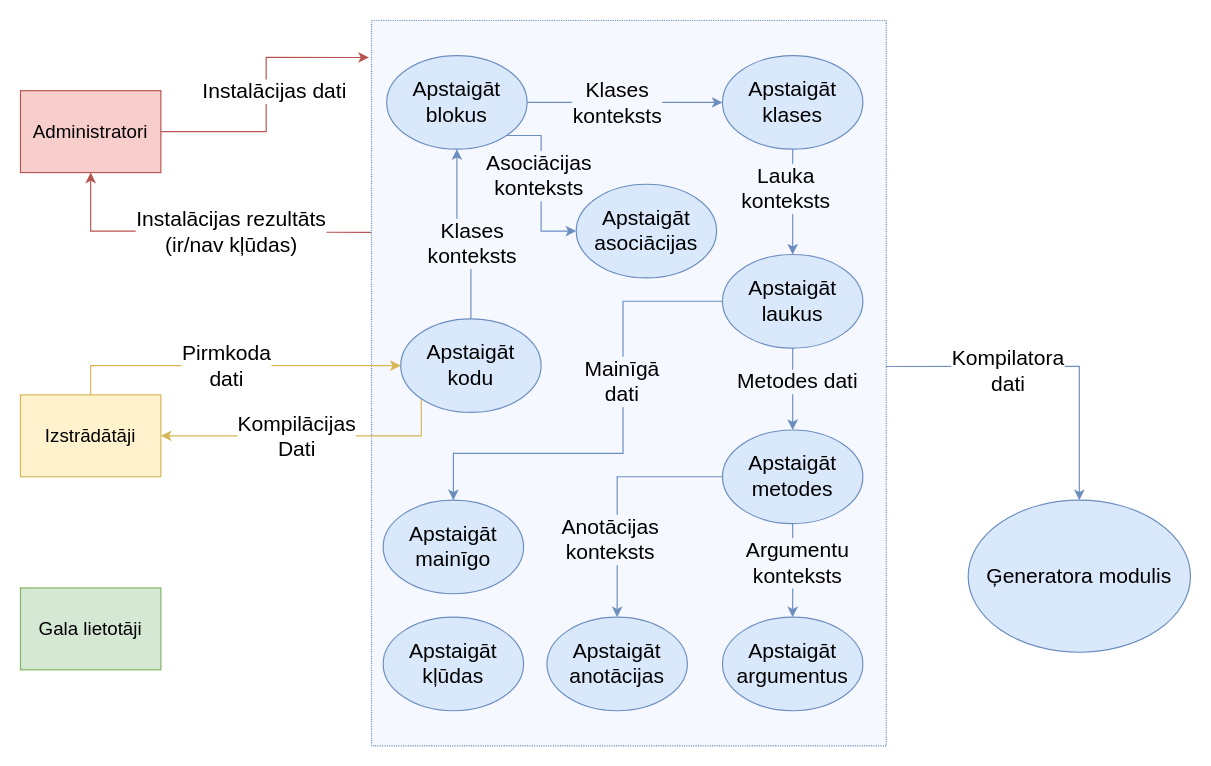
artiks12/webAppOS keeps this draw.io diagram as page "Kompilators" (4 of 9) of src/Kvalifikacijas darbs/Diagrammas/DPD.drawio. Above is the earlier version. Source tidied: cells renumbered, new cells numbered last; positions are measured from the earlier drawing's top-left corner, leaving out a move shared by most shapes. Both pictures are drawn from the tidied source at 117%, with x=0, y=0 at pixel (20, 20).
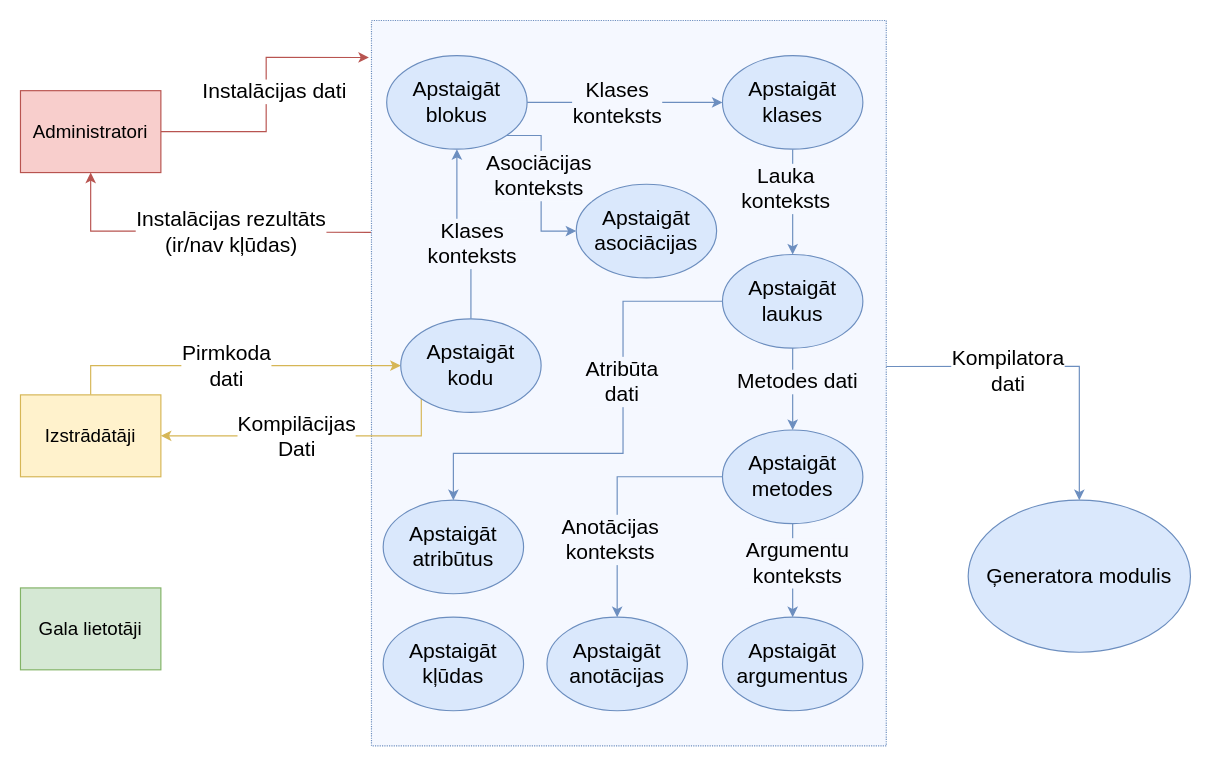
After the change.

Change to the diagram source:
```diff
@@
-    <mxCell id="6" value="&lt;font style=&quot;font-size: 18px&quot;&gt;Apstaigāt mainīgo&lt;br&gt;&lt;/font&gt;" style="ellipse;whiteSpace=wrap;html=1;fillColor=#dae8fc;strokeColor=#6c8ebf;" parent="1" vertex="1">
+    <mxCell id="6" value="&lt;font style=&quot;font-size: 18px&quot;&gt;Apstaigāt atribūtus&lt;br&gt;&lt;/font&gt;" style="ellipse;whiteSpace=wrap;html=1;fillColor=#dae8fc;strokeColor=#6c8ebf;" parent="1" vertex="1">
       <mxGeometry x="310" y="410" width="120" height="80" as="geometry" />
     </mxCell>
@@
-    <mxCell id="34" value="&lt;font style=&quot;font-size: 18px&quot;&gt;Mainīgā &lt;br&gt;dati&lt;br&gt;&lt;/font&gt;" style="edgeLabel;html=1;align=center;verticalAlign=middle;labelBackgroundColor=#F5F8FF;" parent="1" vertex="1">
+    <mxCell id="34" value="&lt;font style=&quot;font-size: 18px&quot;&gt;Atribūta&lt;br&gt;dati&lt;br&gt;&lt;/font&gt;" style="edgeLabel;html=1;align=center;verticalAlign=middle;labelBackgroundColor=#F5F8FF;" parent="1" vertex="1">
       <mxGeometry x="520" y="295" as="geometry">
         <mxPoint x="-7" y="13" as="offset" />
       </mxGeometry>
     </mxCell>
```
